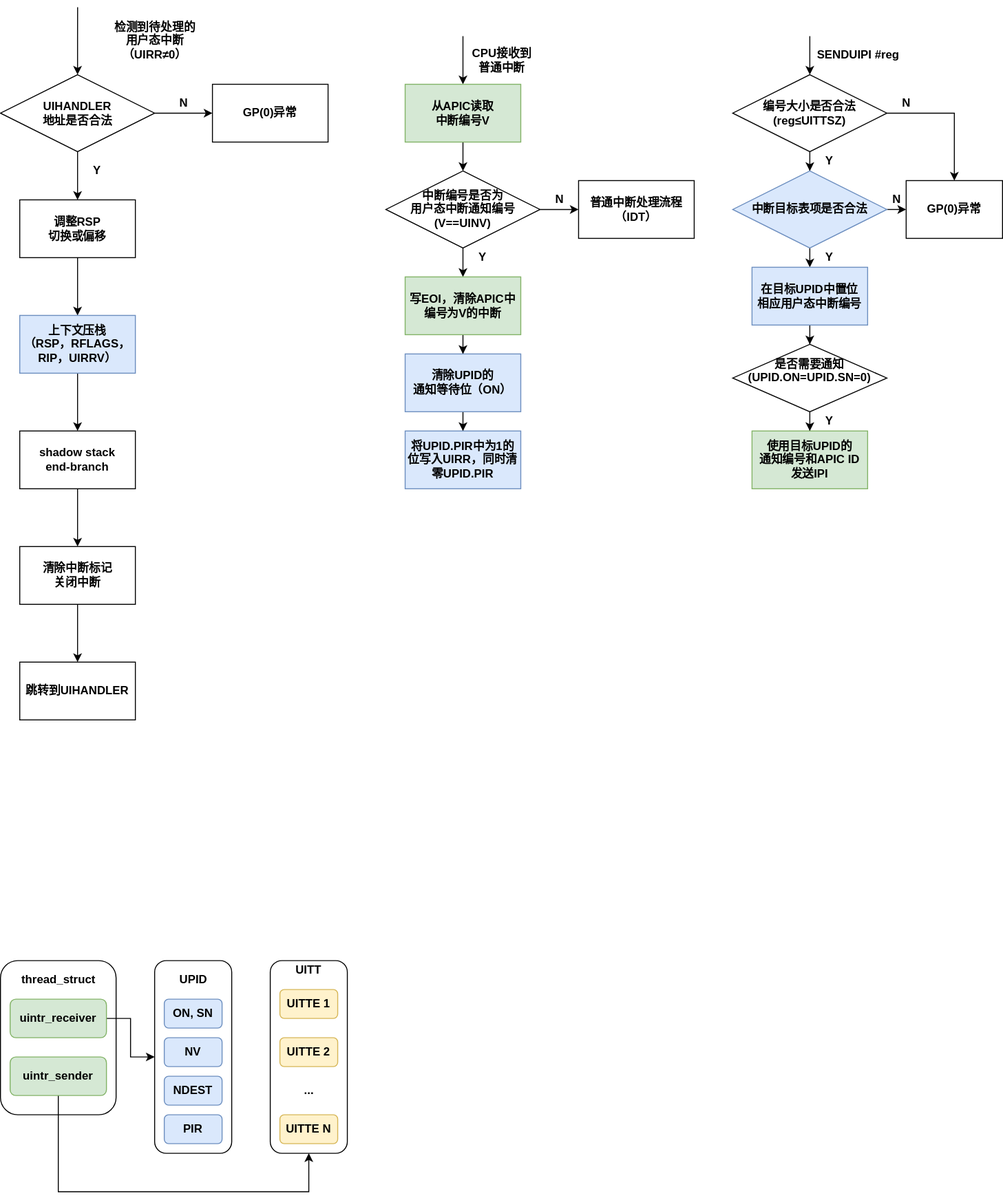
Above: assets/intel-uintr/senduipi.svg in Gallium70/rv-n-ext-impl (draw.io), before the change. Source tidied: cells renumbered, new cells last; positions are measured from the earlier drawing's top-left corner, leaving out a move shared by most shapes.
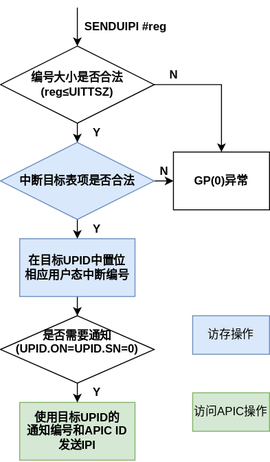
Later version of the same file.

What changed in the source:
```diff
@@ -2,117 +2,11 @@
   <root>
     <mxCell id="0" />
     <mxCell id="1" parent="0" />
-    <mxCell id="2" style="rounded=1;whiteSpace=wrap;html=1;fontStyle=1;" parent="1" vertex="1">
-      <mxGeometry x="280" y="990" width="80" height="200" as="geometry" />
-    </mxCell>
-    <mxCell id="3" style="rounded=1;whiteSpace=wrap;html=1;fontStyle=1;" parent="1" vertex="1">
-      <mxGeometry y="990" width="120" height="160" as="geometry" />
-    </mxCell>
-    <mxCell id="4" style="edgeStyle=orthogonalEdgeStyle;rounded=0;jettySize=auto;html=1;fontStyle=1;" parent="1" edge="1" source="5" target="14">
-      <mxGeometry relative="1" as="geometry" />
-    </mxCell>
-    <mxCell id="5" value="调整RSP&lt;br&gt;切换或偏移" style="rounded=0;whiteSpace=wrap;html=1;fontStyle=1;" parent="1" vertex="1">
-      <mxGeometry x="20" y="200" width="120" height="60" as="geometry" />
-    </mxCell>
-    <mxCell id="6" style="edgeStyle=orthogonalEdgeStyle;rounded=0;jettySize=auto;html=1;exitX=0.5;exitY=1;exitDx=0;exitDy=0;entryX=0.5;entryY=0;entryDx=0;entryDy=0;fontStyle=1;" parent="1" edge="1" source="9" target="5">
-      <mxGeometry relative="1" as="geometry" />
-    </mxCell>
-    <mxCell id="7" style="edgeStyle=orthogonalEdgeStyle;rounded=0;jettySize=auto;html=1;fontStyle=1;" parent="1" edge="1" source="9" target="11">
-      <mxGeometry relative="1" as="geometry" />
-    </mxCell>
-    <mxCell id="8" style="edgeStyle=orthogonalEdgeStyle;rounded=0;jettySize=auto;html=1;exitX=0.5;exitY=0;exitDx=0;exitDy=0;endArrow=none;endFill=0;startArrow=classic;startFill=1;fontStyle=1;" parent="1" edge="1" source="9">
-      <mxGeometry relative="1" as="geometry">
-        <mxPoint x="80.1" as="targetPoint" />
-      </mxGeometry>
-    </mxCell>
-    <mxCell id="9" value="UIHANDLER&lt;br&gt;地址是否合法" style="rhombus;whiteSpace=wrap;html=1;fontStyle=1;" parent="1" vertex="1">
-      <mxGeometry y="70" width="160" height="80" as="geometry" />
-    </mxCell>
-    <mxCell id="10" value="Y" style="text;html=1;align=center;verticalAlign=middle;strokeColor=none;fontStyle=1;" parent="1" vertex="1">
-      <mxGeometry x="90" y="160" width="20" height="20" as="geometry" />
-    </mxCell>
-    <mxCell id="11" value="GP(0)异常" style="whiteSpace=wrap;html=1;fontStyle=1;" parent="1" vertex="1">
-      <mxGeometry x="220" y="80" width="120" height="60" as="geometry" />
-    </mxCell>
-    <mxCell id="12" value="N" style="text;html=1;align=center;verticalAlign=middle;strokeColor=none;fontStyle=1;" parent="1" vertex="1">
-      <mxGeometry x="180" y="90" width="20" height="20" as="geometry" />
-    </mxCell>
-    <mxCell id="13" style="edgeStyle=orthogonalEdgeStyle;rounded=0;jettySize=auto;html=1;fontStyle=1;" parent="1" edge="1" source="14" target="16">
-      <mxGeometry relative="1" as="geometry" />
-    </mxCell>
-    <mxCell id="14" value="上下文压栈&lt;br&gt;（RSP，RFLAGS，RIP，UIRRV）" style="rounded=0;whiteSpace=wrap;html=1;fillColor=#dae8fc;strokeColor=#6c8ebf;fontStyle=1;" parent="1" vertex="1">
-      <mxGeometry x="20" y="320" width="120" height="60" as="geometry" />
-    </mxCell>
-    <mxCell id="15" style="edgeStyle=orthogonalEdgeStyle;rounded=0;jettySize=auto;html=1;fontStyle=1;" parent="1" edge="1" source="16" target="18">
-      <mxGeometry relative="1" as="geometry" />
-    </mxCell>
-    <mxCell id="16" value="shadow stack&lt;br&gt;end-branch" style="rounded=0;whiteSpace=wrap;html=1;fontStyle=1;" parent="1" vertex="1">
-      <mxGeometry x="20" y="440" width="120" height="60" as="geometry" />
-    </mxCell>
-    <mxCell id="17" style="edgeStyle=orthogonalEdgeStyle;rounded=0;jettySize=auto;html=1;fontStyle=1;" parent="1" edge="1" source="18" target="19">
-      <mxGeometry relative="1" as="geometry" />
-    </mxCell>
-    <mxCell id="18" value="清除中断标记&lt;br&gt;关闭中断" style="whiteSpace=wrap;html=1;rounded=0;fontStyle=1;" parent="1" vertex="1">
-      <mxGeometry x="20" y="560" width="120" height="60" as="geometry" />
-    </mxCell>
-    <mxCell id="19" value="跳转到UIHANDLER" style="whiteSpace=wrap;html=1;rounded=0;fontStyle=1;" parent="1" vertex="1">
-      <mxGeometry x="20" y="680" width="120" height="60" as="geometry" />
-    </mxCell>
-    <mxCell id="20" value="检测到待处理的&lt;br&gt;用户态中断&lt;br&gt;（UIRR≠0）" style="text;html=1;align=center;verticalAlign=middle;strokeColor=none;fontStyle=1;" parent="1" vertex="1">
-      <mxGeometry x="110" y="10" width="100" height="50" as="geometry" />
-    </mxCell>
-    <mxCell id="21" style="edgeStyle=orthogonalEdgeStyle;rounded=0;jettySize=auto;html=1;exitX=0.5;exitY=0;exitDx=0;exitDy=0;startArrow=classic;startFill=1;endArrow=none;endFill=0;fontStyle=1;" parent="1" edge="1" source="23">
-      <mxGeometry relative="1" as="geometry">
-        <mxPoint x="480" y="30" as="targetPoint" />
-      </mxGeometry>
-    </mxCell>
-    <mxCell id="22" style="edgeStyle=orthogonalEdgeStyle;rounded=0;jettySize=auto;html=1;exitX=0.5;exitY=1;exitDx=0;exitDy=0;entryX=0.5;entryY=0;entryDx=0;entryDy=0;startArrow=none;startFill=0;endArrow=classic;endFill=1;fontStyle=1;" parent="1" edge="1" source="23" target="27">
-      <mxGeometry relative="1" as="geometry" />
-    </mxCell>
-    <mxCell id="23" value="从APIC读取&lt;br&gt;中断编号V" style="whiteSpace=wrap;html=1;fillColor=#d5e8d4;strokeColor=#82b366;fontStyle=1;" parent="1" vertex="1">
-      <mxGeometry x="420" y="80" width="120" height="60" as="geometry" />
-    </mxCell>
-    <mxCell id="24" value="CPU接收到&lt;br&gt;普通中断" style="text;html=1;align=center;verticalAlign=middle;strokeColor=none;fontStyle=1;" parent="1" vertex="1">
-      <mxGeometry x="480" y="40" width="80" height="30" as="geometry" />
-    </mxCell>
-    <mxCell id="25" style="edgeStyle=orthogonalEdgeStyle;rounded=0;jettySize=auto;html=1;startArrow=none;startFill=0;endArrow=classic;endFill=1;fontStyle=1;" parent="1" edge="1" source="27" target="28">
-      <mxGeometry relative="1" as="geometry" />
-    </mxCell>
-    <mxCell id="26" style="edgeStyle=orthogonalEdgeStyle;rounded=0;jettySize=auto;html=1;startArrow=none;startFill=0;endArrow=classic;endFill=1;fontStyle=1;" parent="1" edge="1" source="27" target="31">
-      <mxGeometry relative="1" as="geometry" />
-    </mxCell>
-    <mxCell id="27" value="中断编号是否为&lt;br&gt;用户态中断通知编号&lt;br&gt;(V==UINV)" style="rhombus;whiteSpace=wrap;html=1;fontStyle=1;" parent="1" vertex="1">
-      <mxGeometry x="400" y="170" width="160" height="80" as="geometry" />
-    </mxCell>
-    <mxCell id="28" value="普通中断处理流程&lt;br&gt;（IDT）" style="whiteSpace=wrap;html=1;fontStyle=1;" parent="1" vertex="1">
-      <mxGeometry x="600" y="180" width="120" height="60" as="geometry" />
-    </mxCell>
-    <mxCell id="29" value="N" style="text;html=1;align=center;verticalAlign=middle;strokeColor=none;fontStyle=1;" parent="1" vertex="1">
-      <mxGeometry x="570" y="190" width="20" height="20" as="geometry" />
-    </mxCell>
-    <mxCell id="30" style="edgeStyle=orthogonalEdgeStyle;rounded=0;jettySize=auto;html=1;startArrow=none;startFill=0;endArrow=classic;endFill=1;fontStyle=1;" parent="1" edge="1" source="31" target="34">
-      <mxGeometry relative="1" as="geometry" />
-    </mxCell>
-    <mxCell id="31" value="写EOI，清除APIC中编号为V的中断" style="whiteSpace=wrap;html=1;fillColor=#d5e8d4;strokeColor=#82b366;fontStyle=1;" parent="1" vertex="1">
-      <mxGeometry x="420" y="280" width="120" height="60" as="geometry" />
-    </mxCell>
-    <mxCell id="32" value="Y" style="text;html=1;align=center;verticalAlign=middle;strokeColor=none;fontStyle=1;" parent="1" vertex="1">
-      <mxGeometry x="490" y="250" width="20" height="20" as="geometry" />
-    </mxCell>
-    <mxCell id="33" style="edgeStyle=orthogonalEdgeStyle;rounded=0;jettySize=auto;html=1;startArrow=none;startFill=0;endArrow=classic;endFill=1;fontStyle=1;" parent="1" edge="1" source="34" target="35">
-      <mxGeometry relative="1" as="geometry" />
-    </mxCell>
-    <mxCell id="34" value="清除UPID的&lt;br&gt;通知等待位（ON）" style="whiteSpace=wrap;html=1;fillColor=#dae8fc;strokeColor=#6c8ebf;fontStyle=1;" parent="1" vertex="1">
-      <mxGeometry x="420" y="360" width="120" height="60" as="geometry" />
-    </mxCell>
-    <mxCell id="35" value="将UPID.PIR中为1的位写入UIRR，同时清零UPID.PIR" style="whiteSpace=wrap;html=1;fillColor=#dae8fc;strokeColor=#6c8ebf;fontStyle=1;" parent="1" vertex="1">
-      <mxGeometry x="420" y="440" width="120" height="60" as="geometry" />
-    </mxCell>
-    <mxCell id="36" style="edgeStyle=orthogonalEdgeStyle;rounded=0;jettySize=auto;html=1;exitX=0.5;exitY=0;exitDx=0;exitDy=0;startArrow=classic;startFill=1;endArrow=none;endFill=0;fontStyle=1;" parent="1" edge="1" source="39">
-      <mxGeometry relative="1" as="geometry">
-        <mxPoint x="840" y="30" as="targetPoint" />
-      </mxGeometry>
-    </mxCell>
+    <mxCell id="71" style="edgeStyle=orthogonalEdgeStyle;rounded=0;jettySize=auto;html=1;exitX=0.5;exitY=0;exitDx=0;exitDy=0;startArrow=classic;startFill=1;endArrow=none;endFill=0;fontStyle=1;" parent="1" edge="1" source="39">
+      <mxGeometry relative="1" as="geometry">
+        <mxPoint x="840" y="30" as="targetPoint" />
+      </mxGeometry>
+    </mxCell>
     <mxCell id="37" style="edgeStyle=orthogonalEdgeStyle;rounded=0;jettySize=auto;html=1;startArrow=none;startFill=0;endArrow=classic;endFill=1;fontStyle=1;" parent="1" edge="1" source="39" target="41">
       <mxGeometry relative="1" as="geometry" />
     </mxCell>
@@ -134,11 +28,11 @@
     <mxCell id="43" style="edgeStyle=orthogonalEdgeStyle;rounded=0;jettySize=auto;html=1;exitX=1;exitY=0.5;exitDx=0;exitDy=0;entryX=0;entryY=0.5;entryDx=0;entryDy=0;startArrow=none;startFill=0;endArrow=classic;endFill=1;fontStyle=1;" parent="1" edge="1" source="45" target="41">
       <mxGeometry relative="1" as="geometry" />
     </mxCell>
-    <mxCell id="44" style="edgeStyle=orthogonalEdgeStyle;rounded=0;jettySize=auto;html=1;startArrow=none;startFill=0;endArrow=classic;endFill=1;fontStyle=1;" parent="1" edge="1" target="49">
-      <mxGeometry relative="1" as="geometry">
-        <mxPoint x="840" y="240" as="sourcePoint" />
-      </mxGeometry>
-    </mxCell>
+    <mxCell id="72" style="edgeStyle=orthogonalEdgeStyle;rounded=0;jettySize=auto;html=1;startArrow=none;startFill=0;endArrow=classic;endFill=1;fontStyle=1;" parent="1" edge="1" target="49">
+      <mxGeometry relative="1" as="geometry">
+        <mxPoint x="840" y="240" as="sourcePoint" />
+      </mxGeometry>
+    </mxCell>
     <mxCell id="45" value="中断目标表项是否合法" style="rhombus;whiteSpace=wrap;html=1;fillColor=#dae8fc;strokeColor=#6c8ebf;fontStyle=1;" parent="1" vertex="1">
       <mxGeometry x="760" y="170" width="160" height="80" as="geometry" />
     </mxCell>
@@ -154,11 +48,11 @@
     <mxCell id="49" value="在目标UPID中置位&lt;br&gt;相应用户态中断编号" style="whiteSpace=wrap;html=1;fillColor=#dae8fc;strokeColor=#6c8ebf;fontStyle=1;" parent="1" vertex="1">
       <mxGeometry x="780" y="270" width="120" height="60" as="geometry" />
     </mxCell>
-    <mxCell id="50" style="edgeStyle=orthogonalEdgeStyle;rounded=0;jettySize=auto;html=1;startArrow=none;startFill=0;endArrow=classic;endFill=1;fontStyle=1;" parent="1" edge="1" target="52">
-      <mxGeometry relative="1" as="geometry">
-        <mxPoint x="840" y="420" as="sourcePoint" />
-      </mxGeometry>
-    </mxCell>
+    <mxCell id="73" style="edgeStyle=orthogonalEdgeStyle;rounded=0;jettySize=auto;html=1;startArrow=none;startFill=0;endArrow=classic;endFill=1;fontStyle=1;" parent="1" edge="1" target="52">
+      <mxGeometry relative="1" as="geometry">
+        <mxPoint x="840" y="420" as="sourcePoint" />
+      </mxGeometry>
+    </mxCell>
     <mxCell id="51" value="是否需要通知&lt;br&gt;(UPID.ON=UPID.SN=0)&lt;br&gt;&amp;nbsp;" style="rhombus;whiteSpace=wrap;html=1;fontStyle=1;" parent="1" vertex="1">
       <mxGeometry x="760" y="350" width="160" height="70" as="geometry" />
     </mxCell>
@@ -168,61 +62,14 @@
     <mxCell id="53" value="Y" style="text;html=1;align=center;verticalAlign=middle;strokeColor=none;fontStyle=1;" parent="1" vertex="1">
       <mxGeometry x="850" y="420" width="20" height="20" as="geometry" />
     </mxCell>
-    <mxCell id="54" value="thread_struct" style="text;html=1;align=center;verticalAlign=middle;strokeColor=none;fontStyle=1;" parent="1" vertex="1">
-      <mxGeometry x="15" y="1000" width="90" height="20" as="geometry" />
-    </mxCell>
-    <mxCell id="55" value="UITT" style="text;html=1;strokeColor=none;fillColor=none;align=center;verticalAlign=middle;whiteSpace=wrap;rounded=0;fontStyle=1;" parent="1" vertex="1">
-      <mxGeometry x="300" y="990" width="40" height="20" as="geometry" />
-    </mxCell>
-    <mxCell id="56" style="edgeStyle=orthogonalEdgeStyle;rounded=0;jettySize=auto;html=1;startArrow=none;startFill=0;endArrow=classic;endFill=1;fontStyle=1;" parent="1" edge="1" source="57" target="60">
-      <mxGeometry relative="1" as="geometry" />
-    </mxCell>
-    <mxCell id="57" value="uintr_receiver" style="rounded=1;whiteSpace=wrap;html=1;fillColor=#d5e8d4;strokeColor=#82b366;fontStyle=1;" parent="1" vertex="1">
-      <mxGeometry x="10" y="1030" width="100" height="40" as="geometry" />
-    </mxCell>
-    <mxCell id="58" style="edgeStyle=orthogonalEdgeStyle;rounded=0;jettySize=auto;html=1;startArrow=none;startFill=0;endArrow=classic;endFill=1;fontStyle=1;" parent="1" edge="1" source="59" target="2">
-      <mxGeometry relative="1" as="geometry">
-        <Array as="points">
-          <mxPoint x="60" y="1230" />
-          <mxPoint x="320" y="1230" />
-        </Array>
-      </mxGeometry>
-    </mxCell>
-    <mxCell id="59" value="uintr_sender" style="rounded=1;whiteSpace=wrap;html=1;fillColor=#d5e8d4;strokeColor=#82b366;fontStyle=1;" parent="1" vertex="1">
-      <mxGeometry x="10" y="1090" width="100" height="40" as="geometry" />
-    </mxCell>
-    <mxCell id="60" style="rounded=1;whiteSpace=wrap;html=1;fontStyle=1;" parent="1" vertex="1">
-      <mxGeometry x="160" y="990" width="80" height="200" as="geometry" />
-    </mxCell>
-    <mxCell id="61" value="UITTE 1" style="rounded=1;whiteSpace=wrap;html=1;fillColor=#fff2cc;strokeColor=#d6b656;fontStyle=1;" parent="1" vertex="1">
-      <mxGeometry x="290" y="1020" width="60" height="30" as="geometry" />
-    </mxCell>
-    <mxCell id="62" value="UITTE 2" style="rounded=1;whiteSpace=wrap;html=1;fillColor=#fff2cc;strokeColor=#d6b656;fontStyle=1;" parent="1" vertex="1">
-      <mxGeometry x="290" y="1070" width="60" height="30" as="geometry" />
-    </mxCell>
-    <mxCell id="63" value="UITTE N" style="rounded=1;whiteSpace=wrap;html=1;fillColor=#fff2cc;strokeColor=#d6b656;fontStyle=1;" parent="1" vertex="1">
-      <mxGeometry x="290" y="1150" width="60" height="30" as="geometry" />
-    </mxCell>
-    <mxCell id="64" value="..." style="text;html=1;align=center;verticalAlign=middle;strokeColor=none;fontStyle=1;" parent="1" vertex="1">
-      <mxGeometry x="305" y="1115" width="30" height="20" as="geometry" />
-    </mxCell>
-    <mxCell id="65" value="ON, SN" style="rounded=1;whiteSpace=wrap;html=1;fillColor=#dae8fc;strokeColor=#6c8ebf;fontStyle=1;" parent="1" vertex="1">
-      <mxGeometry x="170" y="1030" width="60" height="30" as="geometry" />
-    </mxCell>
-    <mxCell id="66" value="NV" style="rounded=1;whiteSpace=wrap;html=1;fillColor=#dae8fc;strokeColor=#6c8ebf;fontStyle=1;" parent="1" vertex="1">
-      <mxGeometry x="170" y="1070" width="60" height="30" as="geometry" />
-    </mxCell>
-    <mxCell id="67" value="NDEST" style="rounded=1;whiteSpace=wrap;html=1;fillColor=#dae8fc;strokeColor=#6c8ebf;fontStyle=1;" parent="1" vertex="1">
-      <mxGeometry x="170" y="1110" width="60" height="30" as="geometry" />
-    </mxCell>
-    <mxCell id="68" value="PIR" style="rounded=1;whiteSpace=wrap;html=1;fillColor=#dae8fc;strokeColor=#6c8ebf;fontStyle=1;" parent="1" vertex="1">
-      <mxGeometry x="170" y="1150" width="60" height="30" as="geometry" />
-    </mxCell>
-    <mxCell id="69" value="UPID" style="text;html=1;align=center;verticalAlign=middle;strokeColor=none;fontStyle=1;" parent="1" vertex="1">
-      <mxGeometry x="180" y="1000" width="40" height="20" as="geometry" />
-    </mxCell>
     <mxCell id="70" value="Y" style="text;html=1;align=center;verticalAlign=middle;strokeColor=none;fontStyle=1;" parent="1" vertex="1">
       <mxGeometry x="850" y="250" width="20" height="20" as="geometry" />
     </mxCell>
+    <mxCell id="74" value="访存操作" style="rounded=0;whiteSpace=wrap;html=1;fillColor=#dae8fc;strokeColor=#6c8ebf;" parent="1" vertex="1">
+      <mxGeometry x="960" y="350" width="80" height="40" as="geometry" />
+    </mxCell>
+    <mxCell id="75" value="访问APIC操作" style="rounded=0;whiteSpace=wrap;html=1;fillColor=#d5e8d4;strokeColor=#82b366;" parent="1" vertex="1">
+      <mxGeometry x="960" y="430" width="80" height="40" as="geometry" />
+    </mxCell>
   </root>
 </mxGraphModel>
```
